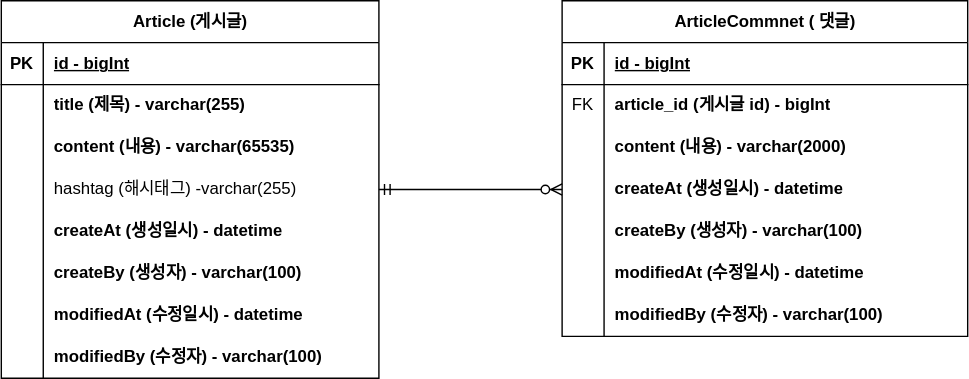
Before: document/project-board-erd.drawio.svg, a diagram exported from draw.io (IronKim/fs-project-board). Source tidied: cells renumbered, new cells last; positions are measured from the earlier drawing's top-left corner, leaving out a move shared by most shapes.
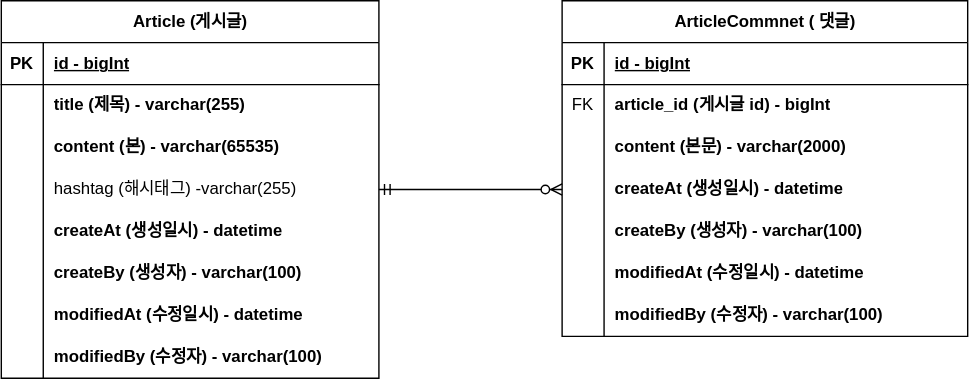
After the commit.

Commit message:
#8 - ERD 주석 업데이트: project-board-erd.drawio.svg

Change to the diagram source:
```diff
@@ -29,7 +29,7 @@
     <mxCell id="10" style="shape=partialRectangle;fillColor=none;top=0;left=0;bottom=0;right=0;overflow=hidden;whiteSpace=wrap;html=1;" parent="9" vertex="1">
       <mxGeometry width="30" height="30" as="geometry" />
     </mxCell>
-    <mxCell id="11" value="content (내용) - varchar(65535)" style="shape=partialRectangle;fillColor=none;top=0;left=0;bottom=0;right=0;align=left;spacingLeft=6;overflow=hidden;whiteSpace=wrap;html=1;fontStyle=1;" parent="9" vertex="1">
+    <mxCell id="11" value="content (본) - varchar(65535)" style="shape=partialRectangle;fillColor=none;top=0;left=0;bottom=0;right=0;align=left;spacingLeft=6;overflow=hidden;whiteSpace=wrap;html=1;fontStyle=1;" parent="9" vertex="1">
       <mxGeometry x="30" width="240" height="30" as="geometry" />
     </mxCell>
     <mxCell id="12" style="shape=tableRow;horizontal=0;startSize=0;swimlaneHead=0;swimlaneBody=0;fillColor=none;points=[[0,0.5],[1,0.5]];portConstraint=eastwest;top=0;left=0;right=0;bottom=0;" parent="2" vertex="1">
@@ -104,7 +104,7 @@
     <mxCell id="35" style="shape=partialRectangle;fillColor=none;top=0;left=0;bottom=0;right=0;overflow=hidden;whiteSpace=wrap;html=1;" parent="34" vertex="1">
       <mxGeometry width="30" height="30" as="geometry" />
     </mxCell>
-    <mxCell id="36" value="content (내용) - varchar(2000)" style="shape=partialRectangle;fillColor=none;top=0;left=0;bottom=0;right=0;align=left;spacingLeft=6;overflow=hidden;whiteSpace=wrap;html=1;fontStyle=1;" parent="34" vertex="1">
+    <mxCell id="36" value="content (본문) - varchar(2000)" style="shape=partialRectangle;fillColor=none;top=0;left=0;bottom=0;right=0;align=left;spacingLeft=6;overflow=hidden;whiteSpace=wrap;html=1;fontStyle=1;" parent="34" vertex="1">
       <mxGeometry x="30" width="260" height="30" as="geometry" />
     </mxCell>
     <mxCell id="37" style="shape=tableRow;horizontal=0;startSize=0;swimlaneHead=0;swimlaneBody=0;fillColor=none;points=[[0,0.5],[1,0.5]];portConstraint=eastwest;top=0;left=0;right=0;bottom=0;" parent="27" vertex="1">
```
